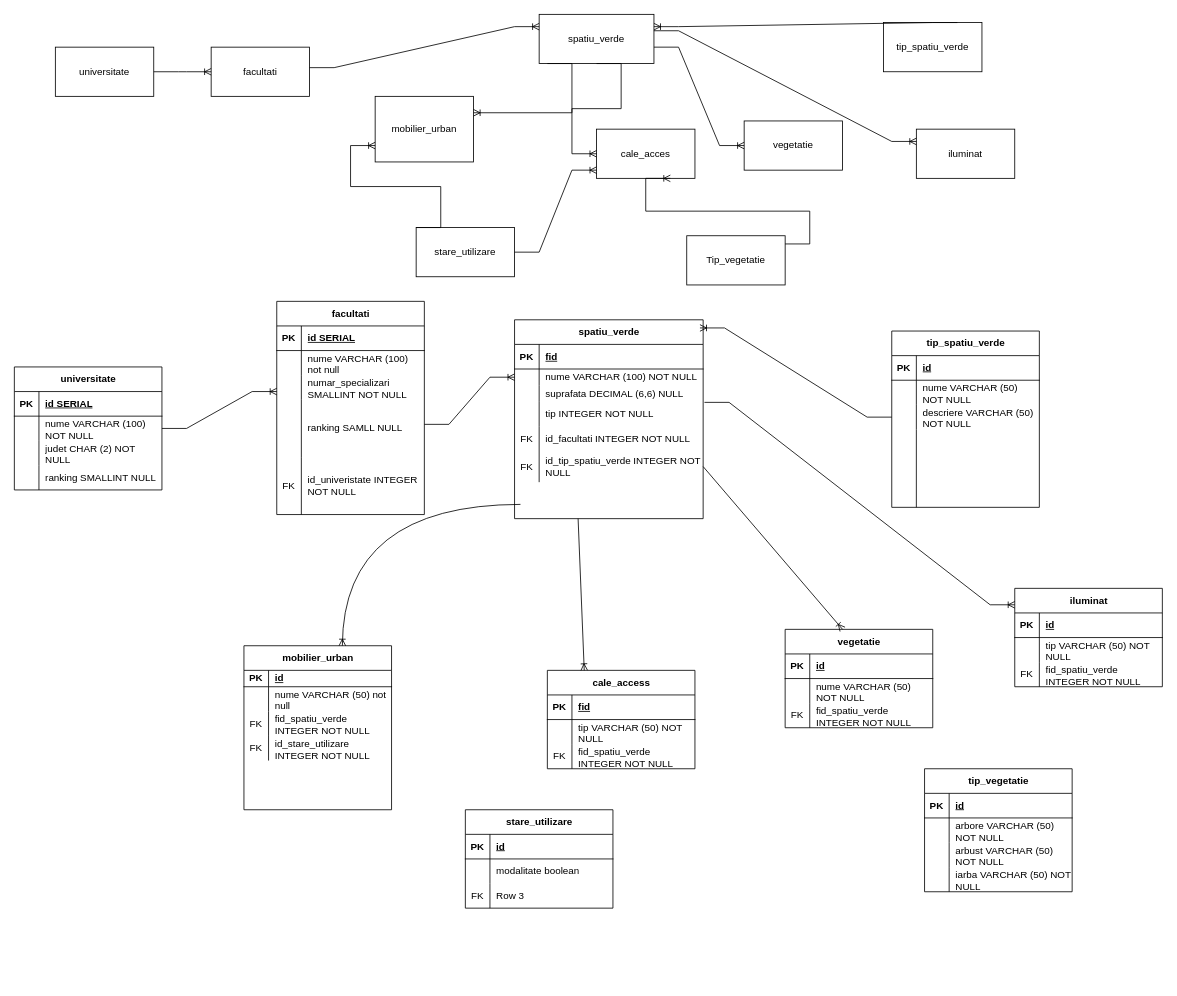
This is Diagramă fără titlu.drawio from andromeda1991/first_db_project, a draw.io file, before an edit. Source tidied: cells renumbered, new cells numbered last; positions are measured from the earlier drawing's top-left corner, leaving out a move shared by most shapes. Both pictures are drawn from the tidied source at 82%, with x=0, y=0 at pixel (14, 14).
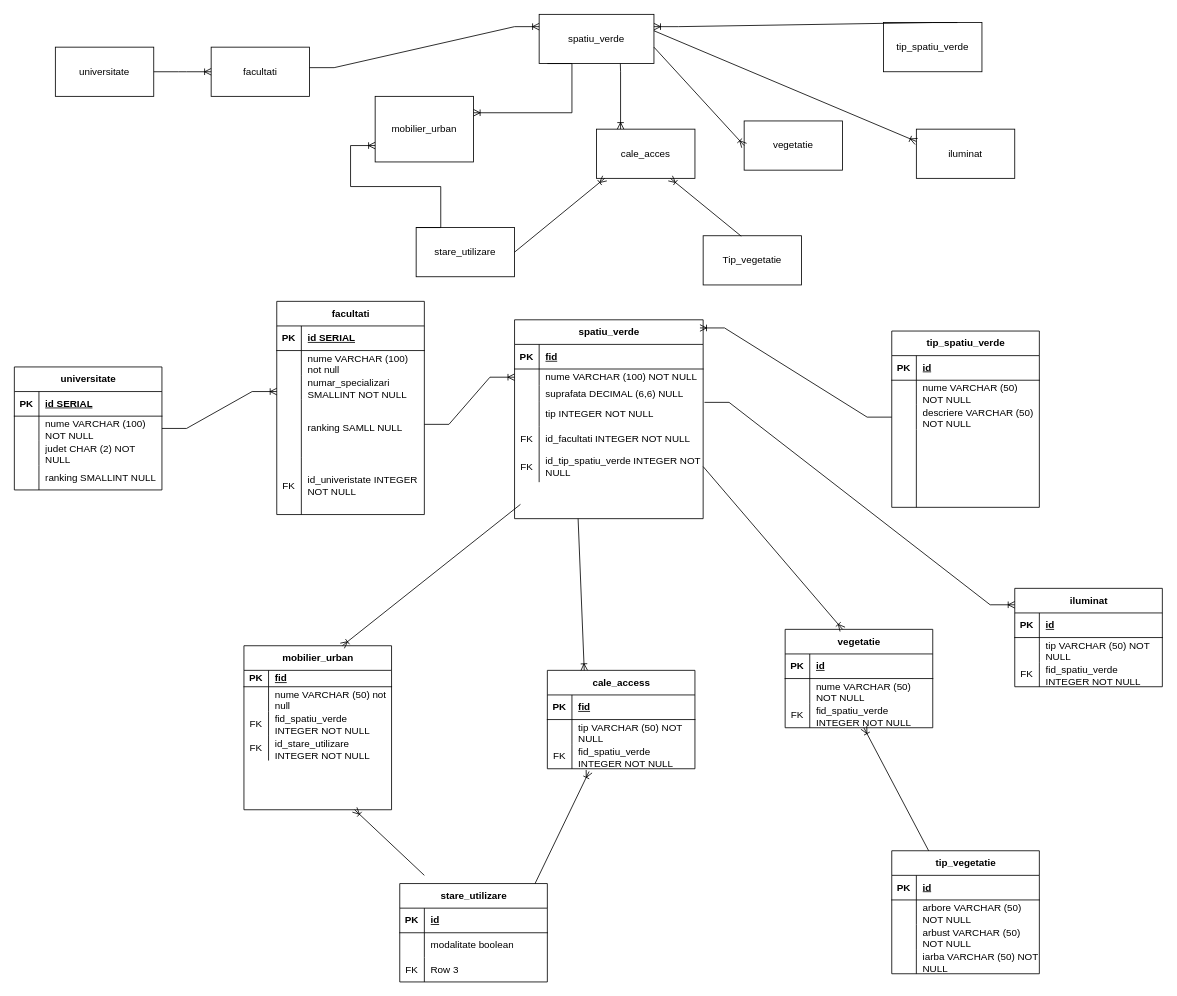
Above is the later version.

The change refers to these unchanged cells:
```xml
<mxCell id="2" value="spatiu_verde" style="rounded=0;whiteSpace=wrap;html=1;" parent="1" vertex="1">
  <mxGeometry x="640" width="140" height="60" as="geometry" />
</mxCell>
<mxCell id="6" value="vegetatie" style="rounded=0;whiteSpace=wrap;html=1;" parent="1" vertex="1">
  <mxGeometry x="890" y="130" width="120" height="60" as="geometry" />
</mxCell>
<mxCell id="7" value="iluminat" style="rounded=0;whiteSpace=wrap;html=1;" parent="1" vertex="1">
  <mxGeometry x="1100" y="140" width="120" height="60" as="geometry" />
</mxCell>
<mxCell id="10" value="stare_utilizare" style="rounded=0;whiteSpace=wrap;html=1;" parent="1" vertex="1">
  <mxGeometry x="490" y="260" width="120" height="60" as="geometry" />
</mxCell>
<mxCell id="81" value="mobilier_urban" style="shape=table;startSize=30;childLayout=tableLayout;rowLines=0;fontStyle=1;align=center;html=1;" parent="1" vertex="1">
  <mxGeometry x="280" y="770" width="180" height="200" as="geometry" />
</mxCell>
<mxCell id="82" style="shape=tableRow;horizontal=0;startSize=0;swimlaneHead=0;swimlaneBody=0;fillColor=none;top=0;left=0;right=0;bottom=1;" parent="81" vertex="1">
  <mxGeometry y="30" width="180" height="20" as="geometry" />
</mxCell>
<mxCell id="102" style="shape=tableRow;horizontal=0;startSize=0;swimlaneHead=0;swimlaneBody=0;fillColor=none;points=[[0,0.5],[1,0.5]];portConstraint=eastwest;top=0;left=0;right=0;bottom=0;" parent="95" vertex="1">
  <mxGeometry y="90" width="180" height="30" as="geometry" />
</mxCell>
```

What changed in the source:
```diff
@@
     <mxCell id="3" value="Tip_vegetatie" style="rounded=0;whiteSpace=wrap;html=1;" parent="1" vertex="1">
-      <mxGeometry x="820" y="270" width="120" height="60" as="geometry" />
+      <mxGeometry x="840" y="270" width="120" height="60" as="geometry" />
     </mxCell>
@@
-    <mxCell id="12" style="edgeStyle=entityRelationEdgeStyle;fontSize=12;html=1;endArrow=ERoneToMany;rounded=0;exitX=0.5;exitY=1;exitDx=0;exitDy=0;" parent="1" edge="1" source="2">
+    <mxCell id="12" style="fontSize=12;html=1;endArrow=ERoneToMany;rounded=0;" parent="1" edge="1">
       <mxGeometry relative="1" as="geometry">
-        <mxPoint x="710" y="170" as="targetPoint" />
+        <mxPoint x="739" y="60" as="sourcePoint" />
+        <mxPoint x="739.3" y="140" as="targetPoint" />
         <Array as="points">
-          <mxPoint x="730" y="80" />
-          <mxPoint x="720" y="80" />
-          <mxPoint x="720" y="80" />
+          <mxPoint x="739.3" y="70" />
         </Array>
       </mxGeometry>
     </mxCell>
-    <mxCell id="13" style="edgeStyle=entityRelationEdgeStyle;fontSize=12;html=1;endArrow=ERoneToMany;rounded=0;entryX=0;entryY=0.5;entryDx=0;entryDy=0;" parent="1" edge="1" target="6">
+    <mxCell id="13" style="fontSize=12;html=1;endArrow=ERoneToMany;rounded=0;entryX=0;entryY=0.5;entryDx=0;entryDy=0;" parent="1" edge="1" target="6">
       <mxGeometry relative="1" as="geometry">
         <mxPoint x="780" y="40" as="sourcePoint" />
       </mxGeometry>
     </mxCell>
-    <mxCell id="14" style="edgeStyle=entityRelationEdgeStyle;fontSize=12;html=1;endArrow=ERoneToMany;rounded=0;entryX=0;entryY=0.25;entryDx=0;entryDy=0;" parent="1" edge="1" target="7">
+    <mxCell id="14" style="fontSize=12;html=1;endArrow=ERoneToMany;rounded=0;entryX=0;entryY=0.25;entryDx=0;entryDy=0;" parent="1" edge="1" target="7">
       <mxGeometry relative="1" as="geometry">
         <mxPoint x="780" y="20" as="sourcePoint" />
       </mxGeometry>
     </mxCell>
@@
-    <mxCell id="84" value="id" style="shape=partialRectangle;fillColor=none;top=0;left=0;bottom=0;right=0;align=left;spacingLeft=6;fontStyle=5;overflow=hidden;whiteSpace=wrap;html=1;" parent="82" vertex="1">
+    <mxCell id="84" value="fid" style="shape=partialRectangle;fillColor=none;top=0;left=0;bottom=0;right=0;align=left;spacingLeft=6;fontStyle=5;overflow=hidden;whiteSpace=wrap;html=1;" parent="82" vertex="1">
       <mxGeometry x="30" width="150" height="20" as="geometry" />
     </mxCell>
@@
-    <mxCell id="94" style="edgeStyle=orthogonalEdgeStyle;fontSize=12;html=1;endArrow=ERoneToMany;rounded=0;entryX=0.66;entryY=0.012;entryDx=0;entryDy=0;entryPerimeter=0;curved=1;" parent="1" edge="1">
+    <mxCell id="94" style="fontSize=12;html=1;endArrow=ERoneToMany;rounded=0;entryX=0.66;entryY=0.012;entryDx=0;entryDy=0;entryPerimeter=0;" parent="1" edge="1">
       <mxGeometry relative="1" as="geometry">
         <mxPoint x="617.2" y="597.6" as="sourcePoint" />
         <mxPoint x="400" y="770" as="targetPoint" />
       </mxGeometry>
     </mxCell>
@@
     <mxCell id="129" value="tip_vegetatie" style="shape=table;startSize=30;childLayout=tableLayout;rowLines=0;fontStyle=1;align=center;html=1;" parent="1" vertex="1">
-      <mxGeometry x="1110" y="920" width="180" height="150" as="geometry" />
+      <mxGeometry x="1070" y="1020" width="180" height="150" as="geometry" />
     </mxCell>
@@
-    <mxCell id="143" style="edgeStyle=entityRelationEdgeStyle;fontSize=12;html=1;endArrow=ERoneToMany;rounded=0;" parent="1" edge="1">
+    <mxCell id="143" style="fontSize=12;html=1;endArrow=ERoneToMany;rounded=0;exitX=1;exitY=0.5;exitDx=0;exitDy=0;exitPerimeter=0;" parent="1" edge="1" source="10">
       <mxGeometry relative="1" as="geometry">
-        <mxPoint x="610" y="290" as="sourcePoint" />
-        <mxPoint x="710" y="190" as="targetPoint" />
+        <mxPoint x="720" y="200" as="targetPoint" />
       </mxGeometry>
     </mxCell>
-    <mxCell id="144" style="edgeStyle=entityRelationEdgeStyle;fontSize=12;html=1;endArrow=ERoneToMany;rounded=0;entryX=0.75;entryY=1;entryDx=0;entryDy=0;" parent="1" edge="1">
+    <mxCell id="144" style="fontSize=12;html=1;endArrow=ERoneToMany;rounded=0;entryX=0.75;entryY=1;entryDx=0;entryDy=0;exitX=0.387;exitY=0.009;exitDx=0;exitDy=0;exitPerimeter=0;" parent="1" edge="1" source="3">
       <mxGeometry relative="1" as="geometry">
-        <mxPoint x="940" y="280" as="sourcePoint" />
         <mxPoint x="800" y="200" as="targetPoint" />
       </mxGeometry>
     </mxCell>
@@
     <mxCell id="146" value="stare_utilizare" style="shape=table;startSize=30;childLayout=tableLayout;rowLines=0;fontStyle=1;align=center;html=1;" parent="1" vertex="1">
-      <mxGeometry x="550" y="970" width="180" height="120" as="geometry" />
+      <mxGeometry x="470" y="1060" width="180" height="120" as="geometry" />
     </mxCell>
@@
+    <mxCell id="156" style="fontSize=12;html=1;endArrow=ERoneToMany;rounded=0;entryX=0.75;entryY=1;entryDx=0;entryDy=0;" parent="1" edge="1" target="81">
+      <mxGeometry relative="1" as="geometry">
+        <mxPoint x="500" y="1050" as="sourcePoint" />
+      </mxGeometry>
+    </mxCell>
+    <mxCell id="157" style="fontSize=12;html=1;endArrow=ERoneToMany;rounded=0;entryX=0.283;entryY=1.111;entryDx=0;entryDy=0;entryPerimeter=0;" parent="1" edge="1" target="102">
+      <mxGeometry relative="1" as="geometry">
+        <mxPoint x="635" y="1060" as="sourcePoint" />
+      </mxGeometry>
+    </mxCell>
+    <mxCell id="158" style="fontSize=12;html=1;endArrow=ERoneToMany;rounded=0;entryX=0.283;entryY=1.111;entryDx=0;entryDy=0;entryPerimeter=0;exitX=0.25;exitY=0;exitDx=0;exitDy=0;" parent="1" edge="1" source="129">
+      <mxGeometry relative="1" as="geometry">
+        <mxPoint x="1036" y="870" as="targetPoint" />
+      </mxGeometry>
+    </mxCell>
```
